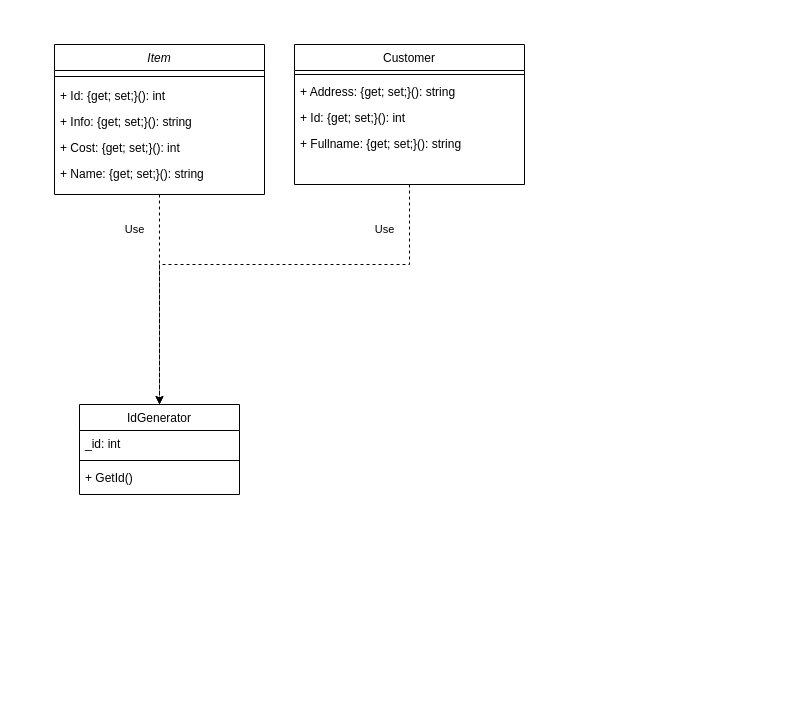
Earlier version of the draw.io diagram ClassDiagram.drawio (antoniocra04/oop-backend). Source tidied: cells renumbered, new cells numbered last; positions are measured from the earlier drawing's top-left corner, leaving out a move shared by most shapes. Both pictures are drawn from the tidied source at 100%, with x=0, y=0 at pixel (54, 44).
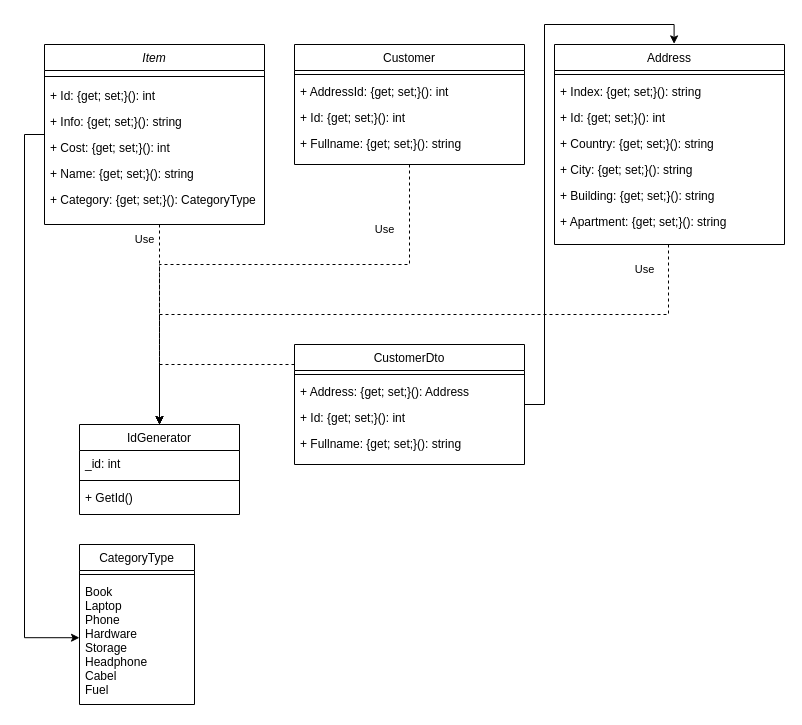
The same page after the edit.

Commit message (it also covers changes not shown here):
fix(diagram): правки диаграммы

What changed in the source:
```diff
@@
     <mxCell id="2" style="edgeStyle=orthogonalEdgeStyle;dashed=1;rounded=0;jettySize=auto;html=1;entryX=0.5;entryY=0;entryDx=0;entryDy=0;" parent="1" edge="1" source="3" target="9">
-      <mxGeometry relative="1" as="geometry" />
+      <mxGeometry relative="1" as="geometry">
+        <Array as="points">
+          <mxPoint x="105" y="230" />
+          <mxPoint x="105" y="230" />
+        </Array>
+      </mxGeometry>
     </mxCell>
     <mxCell id="3" value="Item" style="swimlane;fontStyle=2;align=center;verticalAlign=top;horizontal=1;startSize=26;rounded=0;shadow=0;strokeWidth=1;" parent="1" vertex="1">
-      <mxGeometry width="210" height="150" as="geometry" />
+      <mxGeometry x="-10" width="220" height="180" as="geometry" />
     </mxCell>
     <mxCell id="4" style="line;html=1;strokeWidth=1;align=left;verticalAlign=middle;spacingTop=-1;spacingLeft=3;spacingRight=3;labelPosition=right;" parent="3" vertex="1">
-      <mxGeometry y="26" width="210" height="12" as="geometry" />
+      <mxGeometry y="26" width="220" height="12" as="geometry" />
     </mxCell>
     <mxCell id="5" value="+ Id: {get; set;}(): int" style="text;align=left;verticalAlign=top;spacingLeft=4;spacingRight=4;overflow=hidden;" parent="3" vertex="1">
-      <mxGeometry y="38" width="210" height="26" as="geometry" />
+      <mxGeometry y="38" width="220" height="26" as="geometry" />
     </mxCell>
     <mxCell id="6" value="+ Info: {get; set;}(): string" style="text;align=left;verticalAlign=top;spacingLeft=4;spacingRight=4;overflow=hidden;rounded=0;shadow=0;html=0;" parent="3" vertex="1">
-      <mxGeometry y="64" width="210" height="26" as="geometry" />
+      <mxGeometry y="64" width="220" height="26" as="geometry" />
     </mxCell>
     <mxCell id="7" value="+ Cost: {get; set;}(): int" style="text;align=left;verticalAlign=top;spacingLeft=4;spacingRight=4;overflow=hidden;rounded=0;shadow=0;html=0;" parent="3" vertex="1">
-      <mxGeometry y="90" width="210" height="26" as="geometry" />
+      <mxGeometry y="90" width="220" height="26" as="geometry" />
     </mxCell>
     <mxCell id="8" value="+ Name: {get; set;}(): string" style="text;align=left;verticalAlign=top;spacingLeft=4;spacingRight=4;overflow=hidden;rounded=0;shadow=0;html=0;" parent="3" vertex="1">
-      <mxGeometry y="116" width="210" height="26" as="geometry" />
+      <mxGeometry y="116" width="220" height="26" as="geometry" />
     </mxCell>
+    <mxCell id="21" value="+ Category: {get; set;}(): CategoryType" style="text;align=left;verticalAlign=top;spacingLeft=4;spacingRight=4;overflow=hidden;rounded=0;shadow=0;html=0;" parent="3" vertex="1">
+      <mxGeometry y="142" width="220" height="26" as="geometry" />
+    </mxCell>
     <mxCell id="9" value="IdGenerator" style="swimlane;fontStyle=0;align=center;verticalAlign=top;horizontal=1;startSize=26;rounded=0;shadow=0;strokeWidth=1;" parent="1" vertex="1">
-      <mxGeometry x="25" y="360" width="160" height="90" as="geometry" />
+      <mxGeometry x="25" y="380" width="160" height="90" as="geometry" />
     </mxCell>
@@
     <mxCell id="14" value="Customer" style="swimlane;fontStyle=0;align=center;verticalAlign=top;horizontal=1;startSize=26;rounded=0;shadow=0;strokeWidth=1;" parent="1" vertex="1">
-      <mxGeometry x="240" width="230" height="140" as="geometry" />
+      <mxGeometry x="240" width="230" height="120" as="geometry" />
     </mxCell>
@@
-    <mxCell id="16" value="+ Address: {get; set;}(): string" style="text;align=left;verticalAlign=top;spacingLeft=4;spacingRight=4;overflow=hidden;rounded=0;shadow=0;html=0;" parent="14" vertex="1">
+    <mxCell id="16" value="+ AddressId: {get; set;}(): int" style="text;align=left;verticalAlign=top;spacingLeft=4;spacingRight=4;overflow=hidden;rounded=0;shadow=0;html=0;" parent="14" vertex="1">
       <mxGeometry y="34" width="230" height="26" as="geometry" />
     </mxCell>
@@
     <mxCell id="20" value="Use" style="text;html=1;align=center;verticalAlign=middle;strokeColor=none;fillColor=none;fontFamily=Helvetica;fontSize=11;fontColor=default;labelBackgroundColor=default;" parent="1" vertex="1">
-      <mxGeometry x="60" y="170" width="40" height="30" as="geometry" />
+      <mxGeometry x="70" y="180" width="40" height="30" as="geometry" />
     </mxCell>
+    <mxCell id="22" value="Address" style="swimlane;fontStyle=0;align=center;verticalAlign=top;horizontal=1;startSize=26;rounded=0;shadow=0;strokeWidth=1;" parent="1" vertex="1">
+      <mxGeometry x="500" width="230" height="200" as="geometry" />
+    </mxCell>
+    <mxCell id="23" style="line;html=1;strokeWidth=1;align=left;verticalAlign=middle;spacingTop=-1;spacingLeft=3;spacingRight=3;labelPosition=right;" parent="22" vertex="1">
+      <mxGeometry y="26" width="230" height="8" as="geometry" />
+    </mxCell>
+    <mxCell id="24" value="+ Index: {get; set;}(): string" style="text;align=left;verticalAlign=top;spacingLeft=4;spacingRight=4;overflow=hidden;rounded=0;shadow=0;html=0;" parent="22" vertex="1">
+      <mxGeometry y="34" width="230" height="26" as="geometry" />
+    </mxCell>
+    <mxCell id="25" value="+ Id: {get; set;}(): int" style="text;align=left;verticalAlign=top;spacingLeft=4;spacingRight=4;overflow=hidden;" parent="22" vertex="1">
+      <mxGeometry y="60" width="230" height="26" as="geometry" />
+    </mxCell>
+    <mxCell id="26" value="+ Country: {get; set;}(): string" style="text;align=left;verticalAlign=top;spacingLeft=4;spacingRight=4;overflow=hidden;rounded=0;shadow=0;html=0;" parent="22" vertex="1">
+      <mxGeometry y="86" width="230" height="26" as="geometry" />
+    </mxCell>
+    <mxCell id="27" value="+ City: {get; set;}(): string" style="text;align=left;verticalAlign=top;spacingLeft=4;spacingRight=4;overflow=hidden;rounded=0;shadow=0;html=0;" parent="22" vertex="1">
+      <mxGeometry y="112" width="230" height="26" as="geometry" />
+    </mxCell>
+    <mxCell id="28" value="+ Building: {get; set;}(): string" style="text;align=left;verticalAlign=top;spacingLeft=4;spacingRight=4;overflow=hidden;rounded=0;shadow=0;html=0;" parent="22" vertex="1">
+      <mxGeometry y="138" width="230" height="26" as="geometry" />
+    </mxCell>
+    <mxCell id="29" value="+ Apartment: {get; set;}(): string" style="text;align=left;verticalAlign=top;spacingLeft=4;spacingRight=4;overflow=hidden;rounded=0;shadow=0;html=0;" parent="22" vertex="1">
+      <mxGeometry y="164" width="230" height="36" as="geometry" />
+    </mxCell>
+    <mxCell id="30" style="edgeStyle=orthogonalEdgeStyle;dashed=1;rounded=0;jettySize=auto;html=1;entryX=0.5;entryY=0;entryDx=0;entryDy=0;strokeColor=default;align=center;verticalAlign=middle;fontFamily=Helvetica;fontSize=11;fontColor=default;labelBackgroundColor=default;endArrow=classic;" parent="1" edge="1" target="9">
+      <mxGeometry relative="1" as="geometry">
+        <mxPoint x="614" y="200" as="sourcePoint" />
+        <Array as="points">
+          <mxPoint x="614" y="270" />
+          <mxPoint x="105" y="270" />
+        </Array>
+      </mxGeometry>
+    </mxCell>
+    <mxCell id="31" value="Use" style="text;html=1;align=center;verticalAlign=middle;strokeColor=none;fillColor=none;fontFamily=Helvetica;fontSize=11;fontColor=default;labelBackgroundColor=default;" parent="1" vertex="1">
+      <mxGeometry x="570" y="210" width="40" height="30" as="geometry" />
+    </mxCell>
+    <mxCell id="32" value="CategoryType" style="swimlane;fontStyle=0;align=center;verticalAlign=top;horizontal=1;startSize=26;rounded=0;shadow=0;strokeWidth=1;" parent="1" vertex="1">
+      <mxGeometry x="25" y="500" width="115" height="160" as="geometry" />
+    </mxCell>
+    <mxCell id="33" style="line;html=1;strokeWidth=1;align=left;verticalAlign=middle;spacingTop=-1;spacingLeft=3;spacingRight=3;labelPosition=right;" parent="32" vertex="1">
+      <mxGeometry y="26" width="115" height="8" as="geometry" />
+    </mxCell>
+    <mxCell id="34" value="Book&#10;Laptop&#10;Phone&#10;Hardware&#10;Storage&#10;Headphone&#10;Cabel&#10;Fuel" style="text;align=left;verticalAlign=top;spacingLeft=4;spacingRight=4;overflow=hidden;points=[[0,0.5],[1,0.5]];portConstraint=eastwest;rounded=0;shadow=0;html=0;" parent="32" vertex="1">
+      <mxGeometry y="34" width="115" height="126" as="geometry" />
+    </mxCell>
+    <mxCell id="35" style="edgeStyle=orthogonalEdgeStyle;rounded=0;jettySize=auto;html=1;entryX=0;entryY=0.47;entryDx=0;entryDy=0;entryPerimeter=0;" parent="1" edge="1" source="3" target="34">
+      <mxGeometry relative="1" as="geometry">
+        <Array as="points">
+          <mxPoint x="-30" y="90" />
+          <mxPoint x="-30" y="593" />
+        </Array>
+      </mxGeometry>
+    </mxCell>
+    <mxCell id="36" value="CustomerDto" style="swimlane;fontStyle=0;align=center;verticalAlign=top;horizontal=1;startSize=26;rounded=0;shadow=0;strokeWidth=1;" parent="1" vertex="1">
+      <mxGeometry x="240" y="300" width="230" height="120" as="geometry" />
+    </mxCell>
+    <mxCell id="37" style="line;html=1;strokeWidth=1;align=left;verticalAlign=middle;spacingTop=-1;spacingLeft=3;spacingRight=3;labelPosition=right;" parent="36" vertex="1">
+      <mxGeometry y="26" width="230" height="8" as="geometry" />
+    </mxCell>
+    <mxCell id="38" value="+ Address: {get; set;}(): Address" style="text;align=left;verticalAlign=top;spacingLeft=4;spacingRight=4;overflow=hidden;rounded=0;shadow=0;html=0;" parent="36" vertex="1">
+      <mxGeometry y="34" width="230" height="26" as="geometry" />
+    </mxCell>
+    <mxCell id="39" value="+ Id: {get; set;}(): int" style="text;align=left;verticalAlign=top;spacingLeft=4;spacingRight=4;overflow=hidden;" parent="36" vertex="1">
+      <mxGeometry y="60" width="230" height="26" as="geometry" />
+    </mxCell>
+    <mxCell id="40" value="+ Fullname: {get; set;}(): string" style="text;align=left;verticalAlign=top;spacingLeft=4;spacingRight=4;overflow=hidden;rounded=0;shadow=0;html=0;" parent="36" vertex="1">
+      <mxGeometry y="86" width="230" height="26" as="geometry" />
+    </mxCell>
+    <mxCell id="41" style="edgeStyle=orthogonalEdgeStyle;rounded=0;jettySize=auto;html=1;entryX=0.52;entryY=-0.003;entryDx=0;entryDy=0;entryPerimeter=0;" parent="1" edge="1" source="36" target="22">
+      <mxGeometry relative="1" as="geometry">
+        <Array as="points">
+          <mxPoint x="490" y="360" />
+          <mxPoint x="490" y="-20" />
+          <mxPoint x="620" y="-20" />
+        </Array>
+      </mxGeometry>
+    </mxCell>
+    <mxCell id="42" style="edgeStyle=orthogonalEdgeStyle;dashed=1;rounded=0;jettySize=auto;html=1;strokeColor=default;align=center;verticalAlign=middle;fontFamily=Helvetica;fontSize=11;fontColor=default;labelBackgroundColor=default;endArrow=classic;entryX=0.5;entryY=0;entryDx=0;entryDy=0;" parent="1" edge="1" target="9">
+      <mxGeometry relative="1" as="geometry">
+        <mxPoint x="240" y="320" as="sourcePoint" />
+        <Array as="points">
+          <mxPoint x="105" y="320" />
+        </Array>
+      </mxGeometry>
+    </mxCell>
```
